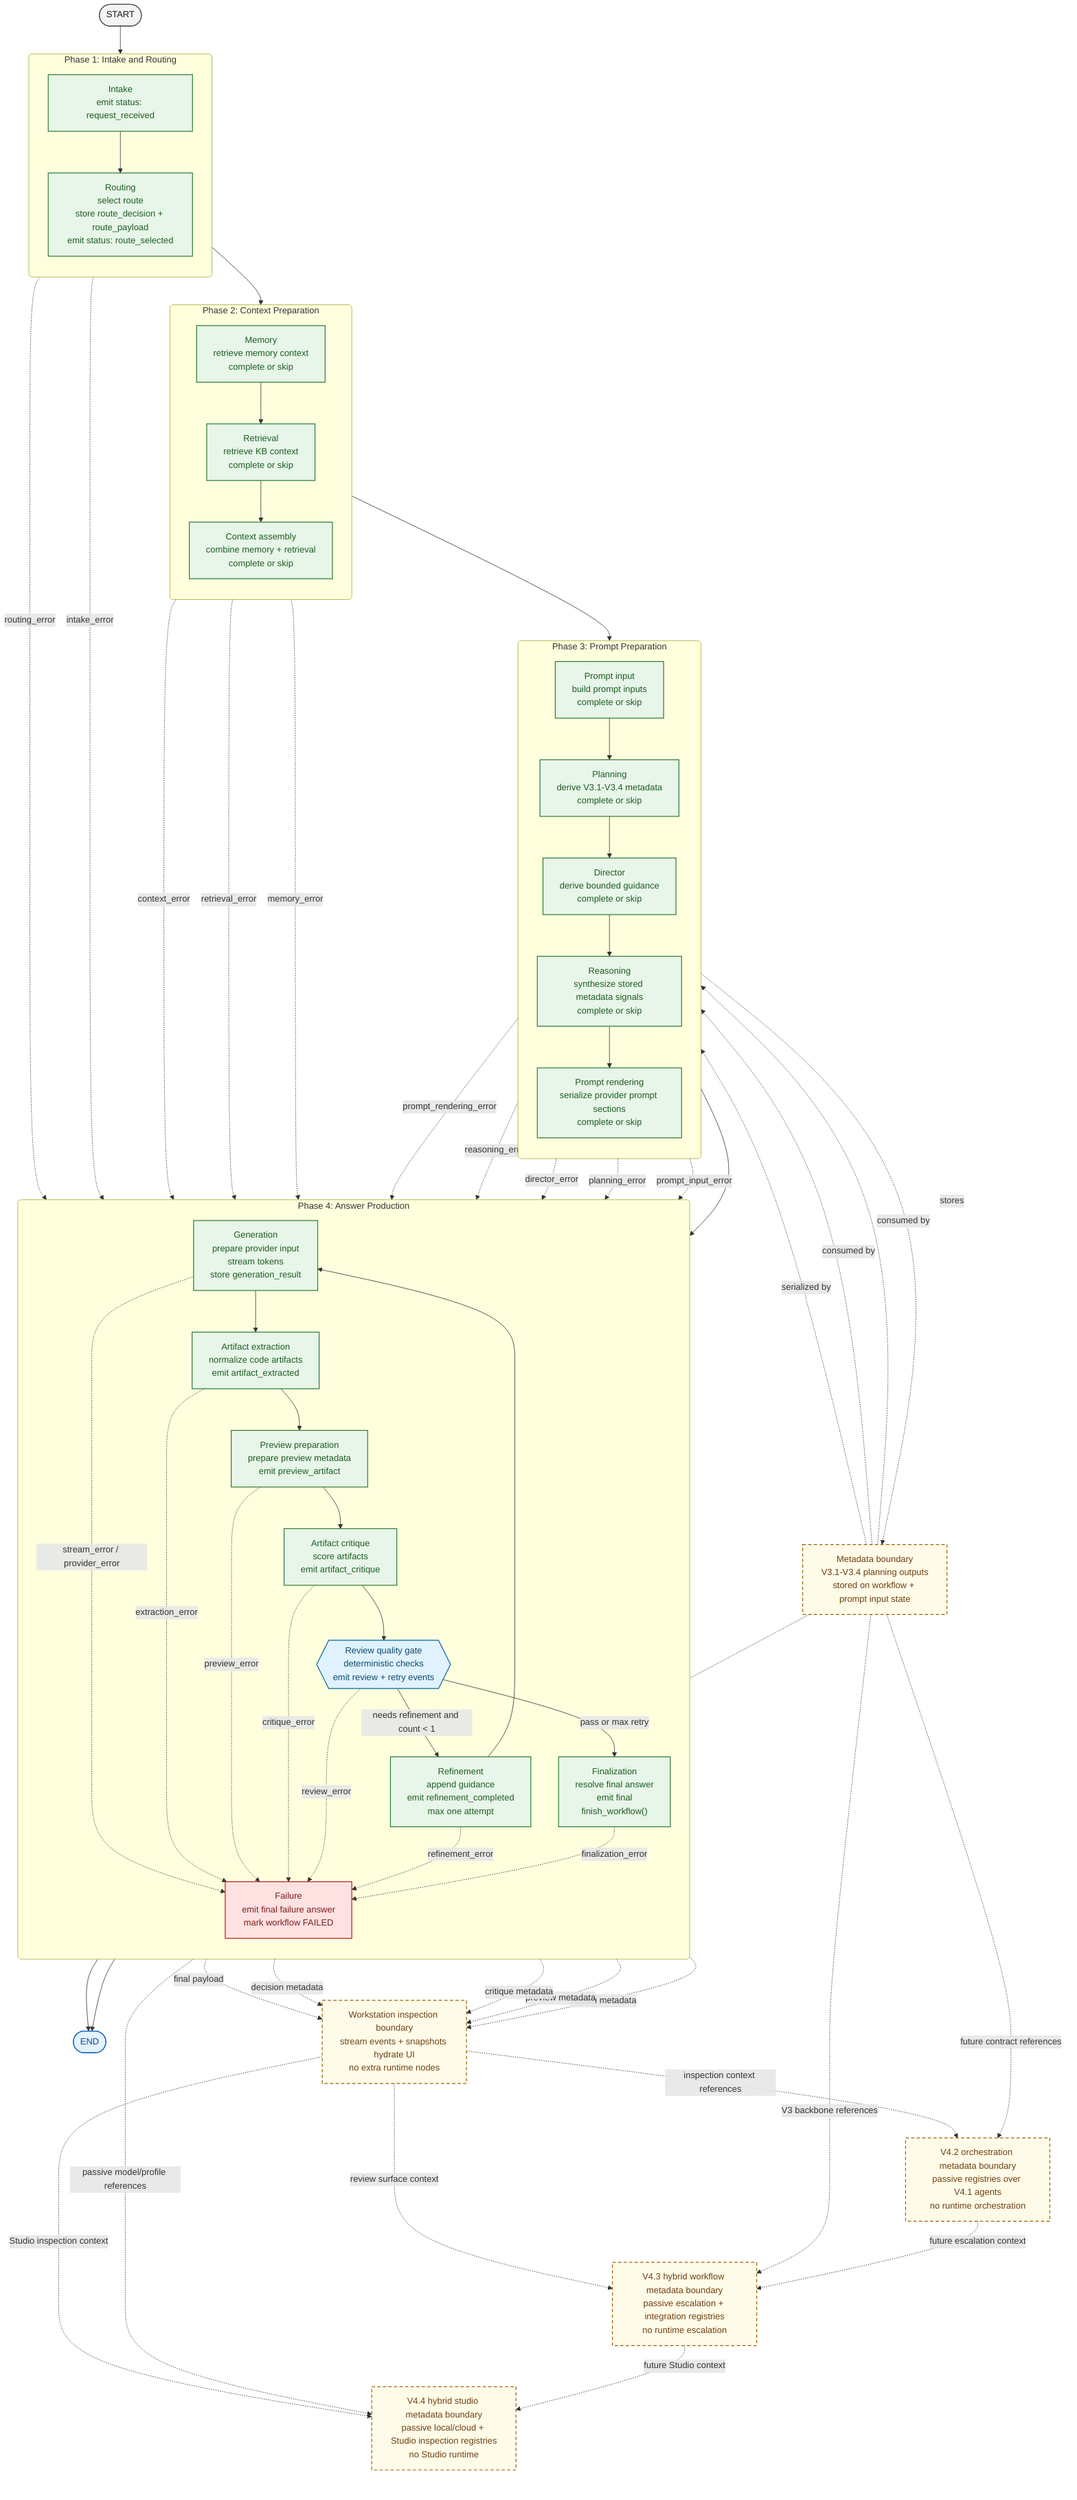
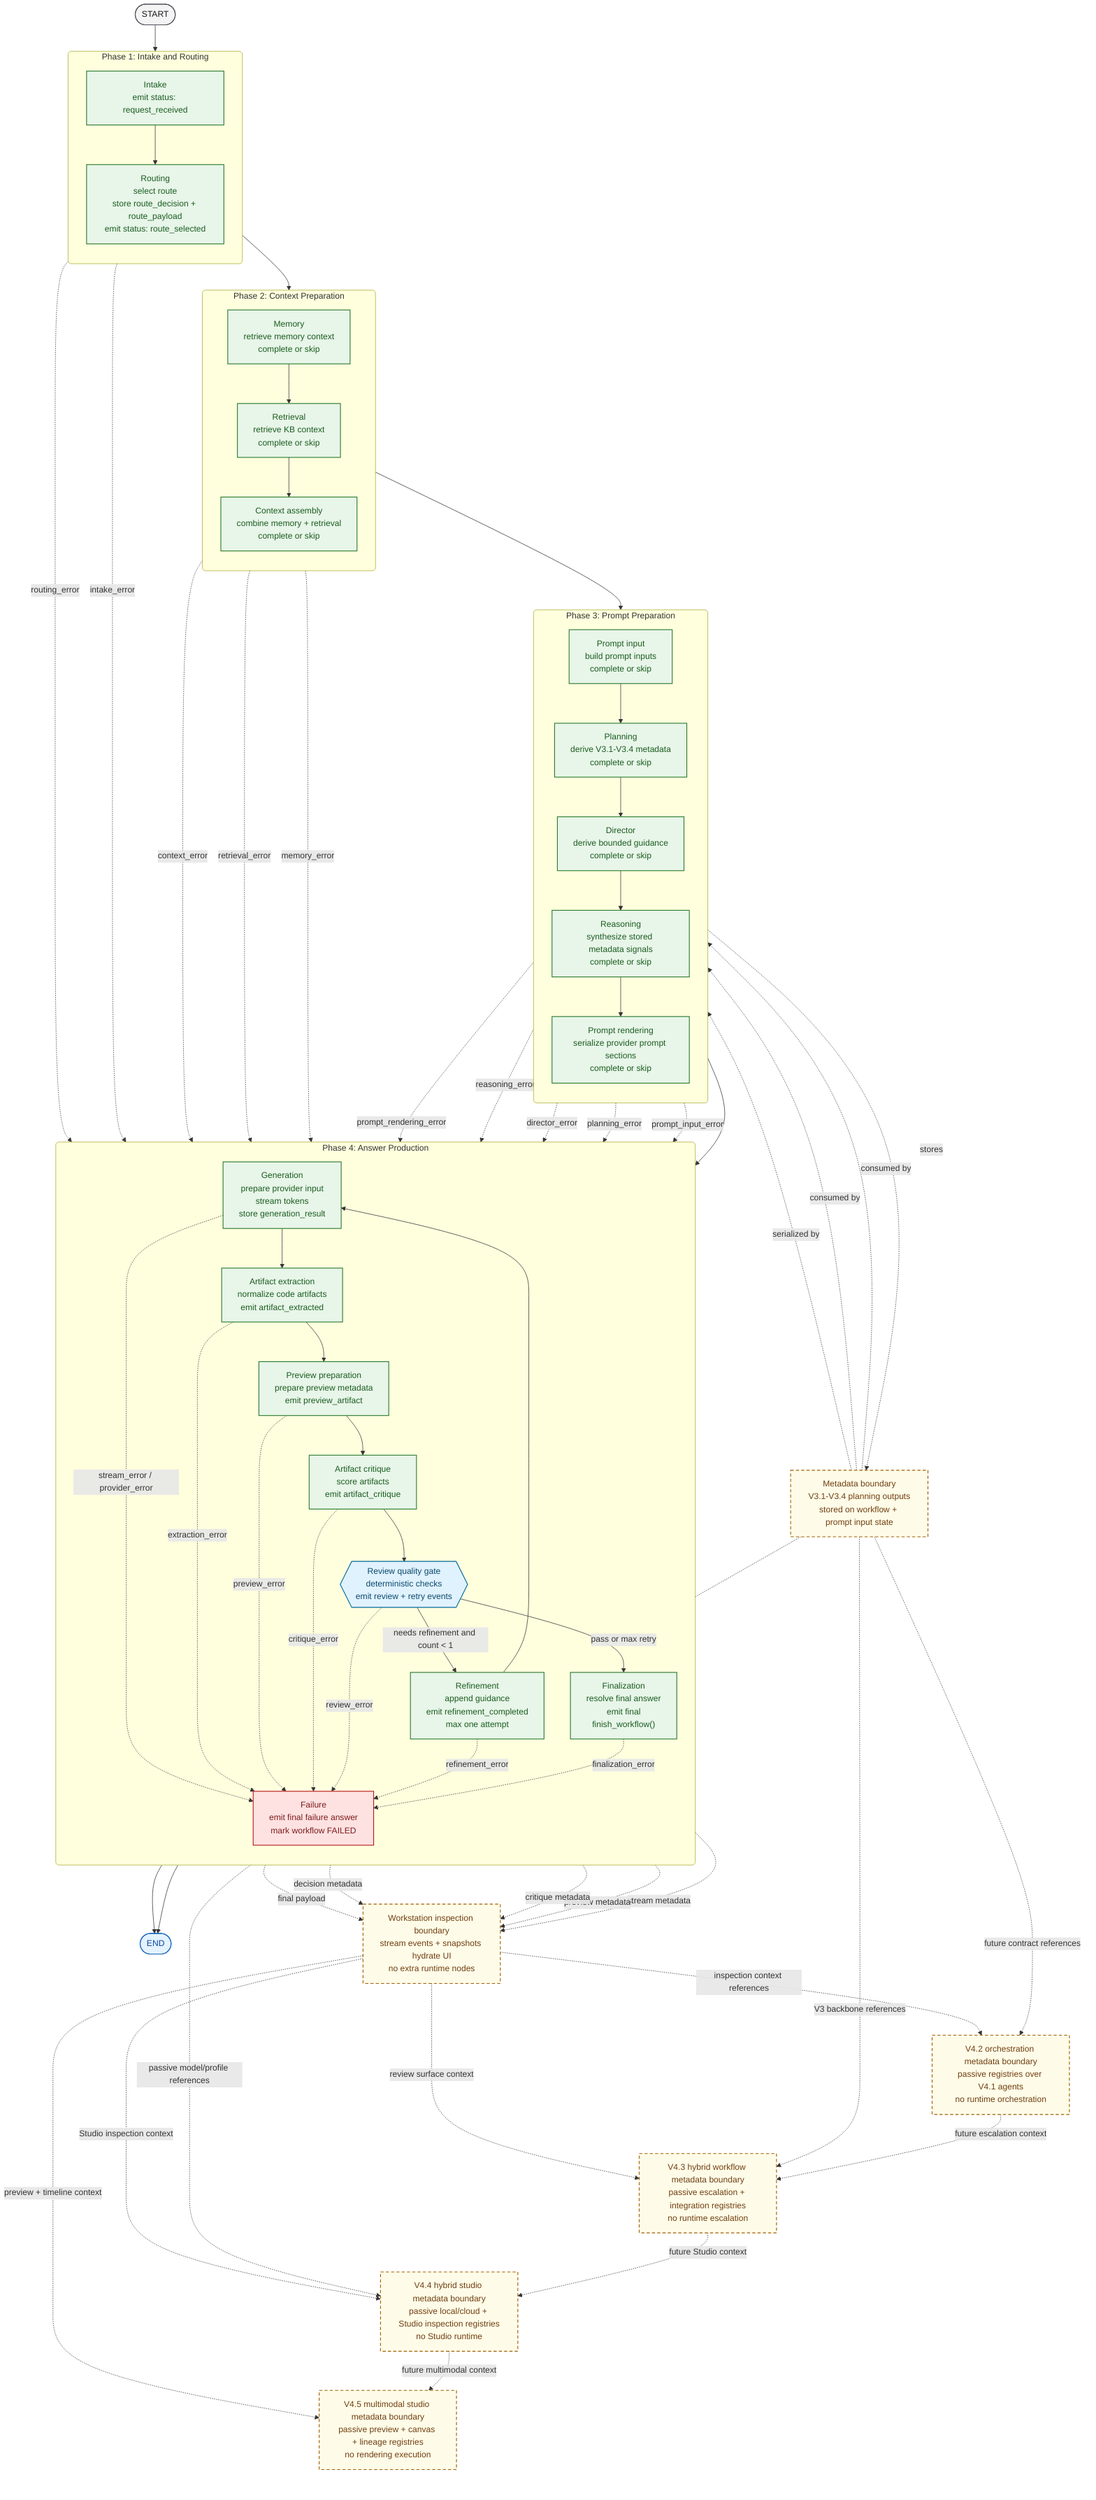
flowchart TB
    %% Class palette
    classDef boundary fill:#F4F4F5,stroke:#52525B,color:#18181B,stroke-width:1.5px;
    classDef implemented fill:#E8F5E9,stroke:#2E7D32,color:#1B5E20,stroke-width:1.5px;
    classDef gate fill:#E0F2FE,stroke:#0369A1,color:#0C4A6E,stroke-width:1.5px;
    classDef failure fill:#FEE2E2,stroke:#B91C1C,color:#7F1D1D,stroke-width:1.5px;
    classDef terminal fill:#E3F2FD,stroke:#1565C0,color:#0D47A1,stroke-width:1.5px;
    classDef relationship fill:#FEFCE8,stroke:#A16207,color:#713F12,stroke-width:1.5px,stroke-dasharray: 6 4;

    %% Terminal nodes
    start([START])
    finish([END])

    %% Runtime phases
    subgraph phase_1["Phase 1: Intake and Routing"]
        direction TB
        intake["Intake<br/>emit status: request_received"]
        routing["Routing<br/>select route<br/>store route_decision + route_payload<br/>emit status: route_selected"]
    end

    subgraph phase_2["Phase 2: Context Preparation"]
        direction TB
        memory["Memory<br/>retrieve memory context<br/>complete or skip"]
        retrieval["Retrieval<br/>retrieve KB context<br/>complete or skip"]
        context_assembly["Context assembly<br/>combine memory + retrieval<br/>complete or skip"]
    end

    subgraph phase_3["Phase 3: Prompt Preparation"]
        direction TB
        prompt_input["Prompt input<br/>build prompt inputs<br/>complete or skip"]
        planning["Planning<br/>derive V3.1-V3.4 metadata<br/>complete or skip"]
        director["Director<br/>derive bounded guidance<br/>complete or skip"]
        reasoning["Reasoning<br/>synthesize stored metadata signals<br/>complete or skip"]
        prompt_rendering["Prompt rendering<br/>serialize provider prompt sections<br/>complete or skip"]
    end

    subgraph phase_4["Phase 4: Answer Production"]
        direction TB
        generation["Generation<br/>prepare provider input<br/>stream tokens<br/>store generation_result"]
        artifact_extraction["Artifact extraction<br/>normalize code artifacts<br/>emit artifact_extracted"]
        preview_preparation["Preview preparation<br/>prepare preview metadata<br/>emit preview_artifact"]
        artifact_critique["Artifact critique<br/>score artifacts<br/>emit artifact_critique"]
        review{{"Review quality gate<br/>deterministic checks<br/>emit review + retry events"}}
        refinement["Refinement<br/>append guidance<br/>emit refinement_completed<br/>max one attempt"]
        finalization["Finalization<br/>resolve final answer<br/>emit final<br/>finish_workflow()"]
        failure["Failure<br/>emit final failure answer<br/>mark workflow FAILED"]
    end

    %% Documentation boundaries
    metadata_boundary["Metadata boundary<br/>V3.1-V3.4 planning outputs<br/>stored on workflow + prompt input state"]:::relationship
    workstation_boundary["Workstation inspection boundary<br/>stream events + snapshots hydrate UI<br/>no extra runtime nodes"]:::relationship
    orchestration_boundary["V4.2 orchestration metadata boundary<br/>passive registries over V4.1 agents<br/>no runtime orchestration"]:::relationship
    hybrid_workflow_boundary["V4.3 hybrid workflow metadata boundary<br/>passive escalation + integration registries<br/>no runtime escalation"]:::relationship
    hybrid_studio_boundary["V4.4 hybrid studio metadata boundary<br/>passive local/cloud + Studio inspection registries<br/>no Studio runtime"]:::relationship
+     multimodal_studio_boundary["V4.5 multimodal studio metadata boundary<br/>passive preview + canvas + lineage registries<br/>no rendering execution"]:::relationship

    %% Main success path
    start --> intake --> routing --> memory --> retrieval --> context_assembly --> prompt_input --> planning --> director --> reasoning --> prompt_rendering --> generation --> artifact_extraction --> preview_preparation --> artifact_critique --> review
    review -->|"pass or max retry"| finalization --> finish
    review -->|"needs refinement and count < 1"| refinement --> generation

    %% Metadata and inspection boundaries
    planning -. stores .-> metadata_boundary
    metadata_boundary -. consumed by .-> director
    metadata_boundary -. consumed by .-> reasoning
    metadata_boundary -. serialized by .-> prompt_rendering
    artifact_extraction -. stream metadata .-> workstation_boundary
    preview_preparation -. preview metadata .-> workstation_boundary
    artifact_critique -. critique metadata .-> workstation_boundary
    review -. decision metadata .-> workstation_boundary
    finalization -. final payload .-> workstation_boundary
    metadata_boundary -. future contract references .-> orchestration_boundary
    workstation_boundary -. inspection context references .-> orchestration_boundary
    orchestration_boundary -. future escalation context .-> hybrid_workflow_boundary
    metadata_boundary -. V3 backbone references .-> hybrid_workflow_boundary
    workstation_boundary -. review surface context .-> hybrid_workflow_boundary
    hybrid_workflow_boundary -. future Studio context .-> hybrid_studio_boundary
    metadata_boundary -. passive model/profile references .-> hybrid_studio_boundary
    workstation_boundary -. Studio inspection context .-> hybrid_studio_boundary
+     hybrid_studio_boundary -. future multimodal context .-> multimodal_studio_boundary
+     workstation_boundary -. preview + timeline context .-> multimodal_studio_boundary

    %% Failure paths
    intake -. intake_error .-> failure
    routing -. routing_error .-> failure
    memory -. memory_error .-> failure
    retrieval -. retrieval_error .-> failure
    context_assembly -. context_error .-> failure
    prompt_input -. prompt_input_error .-> failure
    planning -. planning_error .-> failure
    director -. director_error .-> failure
    reasoning -. reasoning_error .-> failure
    prompt_rendering -. prompt_rendering_error .-> failure
    generation -. stream_error / provider_error .-> failure
    artifact_extraction -. extraction_error .-> failure
    preview_preparation -. preview_error .-> failure
    artifact_critique -. critique_error .-> failure
    review -. review_error .-> failure
    refinement -. refinement_error .-> failure
    finalization -. finalization_error .-> failure
    failure --> finish

    %% Node classes
    class start boundary
    class finish terminal
    class intake,routing,memory,retrieval,context_assembly,prompt_input,planning,director,reasoning,prompt_rendering,generation,artifact_extraction,preview_preparation,artifact_critique,refinement,finalization implemented
    class review gate
    class failure failure
-     class metadata_boundary,workstation_boundary,orchestration_boundary,hybrid_workflow_boundary,hybrid_studio_boundary relationship
+     class metadata_boundary,workstation_boundary,orchestration_boundary,hybrid_workflow_boundary,hybrid_studio_boundary,multimodal_studio_boundary relationship

    %% Subgraph styling
    style phase_1 rx:6px,ry:6px
    style phase_2 rx:6px,ry:6px
    style phase_3 rx:6px,ry:6px
    style phase_4 rx:6px,ry:6px
